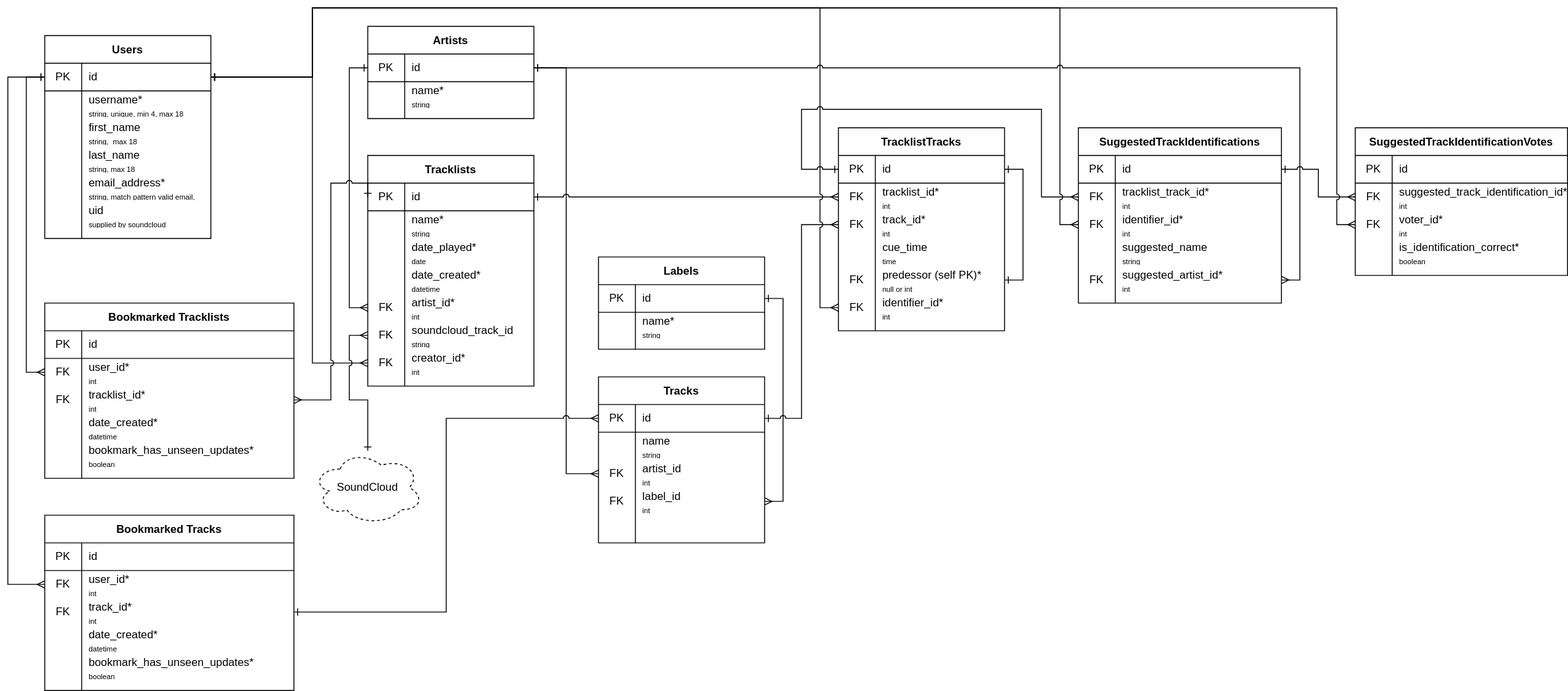
Above: db/schema.drawio.svg in karsonkalt/onrotation_server (draw.io), before the change. Source tidied: cells renumbered, new cells last; positions are measured from the earlier drawing's top-left corner, leaving out a move shared by most shapes.
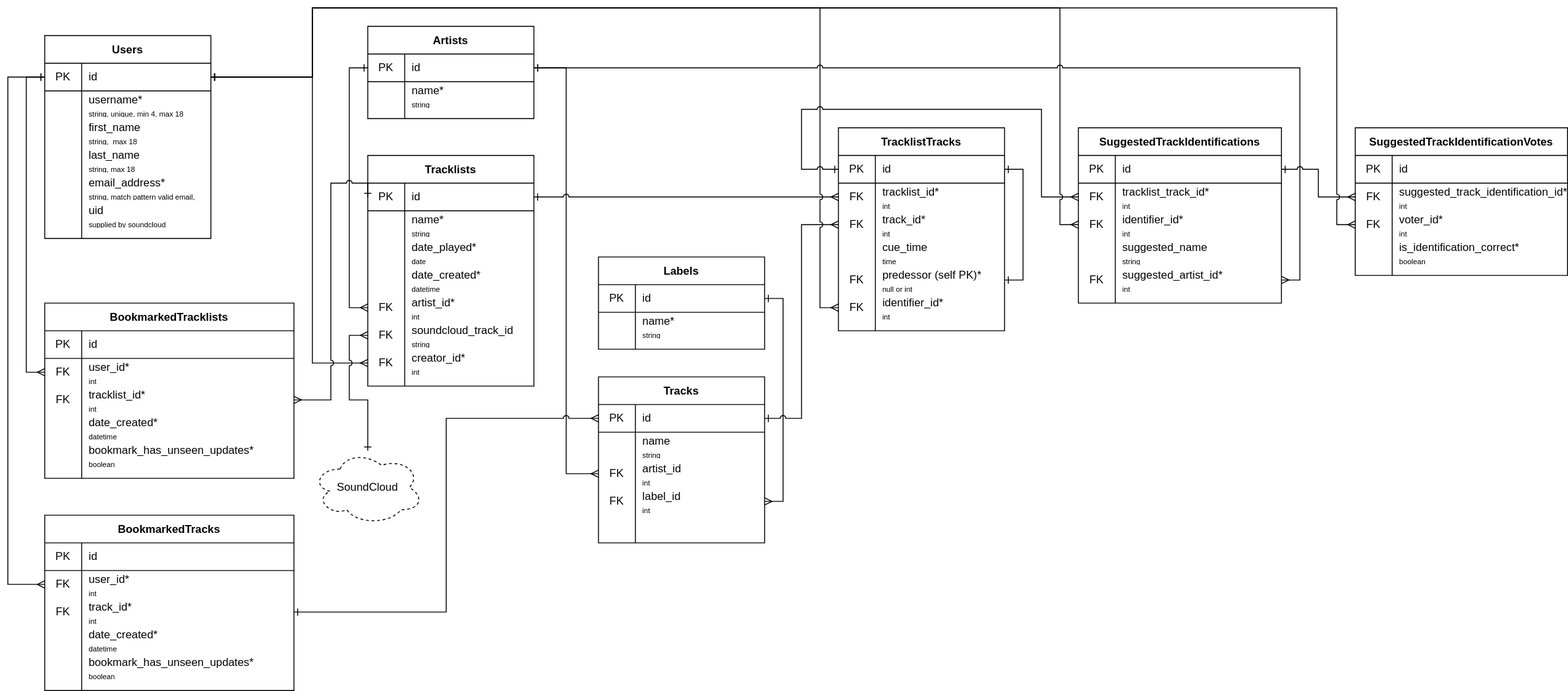
The same diagram one commit later.

Commit message:
Updated name of BookmarkedTracklists and BookmarkedTracks in db schema drawio.

What changed in the source:
```diff
@@ -367,7 +367,7 @@
     <mxCell id="121" value="suggested_artist_id*&lt;br&gt;&lt;span style=&quot;font-size: 8px&quot;&gt;int&lt;/span&gt;" style="shape=partialRectangle;html=1;whiteSpace=wrap;fillColor=none;top=0;left=0;bottom=0;right=0;align=left;spacingLeft=6;overflow=hidden;" parent="119" vertex="1">
       <mxGeometry x="40" width="180" height="30" as="geometry" />
     </mxCell>
-    <mxCell id="122" value="Bookmarked Tracks" style="shape=table;startSize=30;rowLines=0;fontStyle=1;align=center;" parent="1" vertex="1">
+    <mxCell id="122" value="BookmarkedTracks" style="shape=table;startSize=30;rowLines=0;fontStyle=1;align=center;" parent="1" vertex="1">
       <mxGeometry x="40" y="550" width="270" height="190" as="geometry" />
     </mxCell>
     <mxCell id="123" style="shape=partialRectangle;html=1;whiteSpace=wrap;fillColor=none;top=0;left=0;bottom=1;right=0;" parent="122" vertex="1">
@@ -415,7 +415,7 @@
     <mxCell id="137" value="bookmark_has_unseen_updates*&lt;br&gt;&lt;span style=&quot;font-size: 8px&quot;&gt;boolean&lt;/span&gt;" style="shape=partialRectangle;html=1;whiteSpace=wrap;fillColor=none;top=0;left=0;bottom=0;right=0;align=left;spacingLeft=6;overflow=hidden;" parent="135" vertex="1">
       <mxGeometry x="40" width="230" height="30" as="geometry" />
     </mxCell>
-    <mxCell id="138" value="Bookmarked Tracklists" style="shape=table;startSize=30;rowLines=0;fontStyle=1;align=center;" parent="1" vertex="1">
+    <mxCell id="138" value="BookmarkedTracklists" style="shape=table;startSize=30;rowLines=0;fontStyle=1;align=center;" parent="1" vertex="1">
       <mxGeometry x="40" y="320" width="270" height="190" as="geometry" />
     </mxCell>
     <mxCell id="139" style="shape=partialRectangle;html=1;whiteSpace=wrap;fillColor=none;top=0;left=0;bottom=1;right=0;" parent="138" vertex="1">
```
